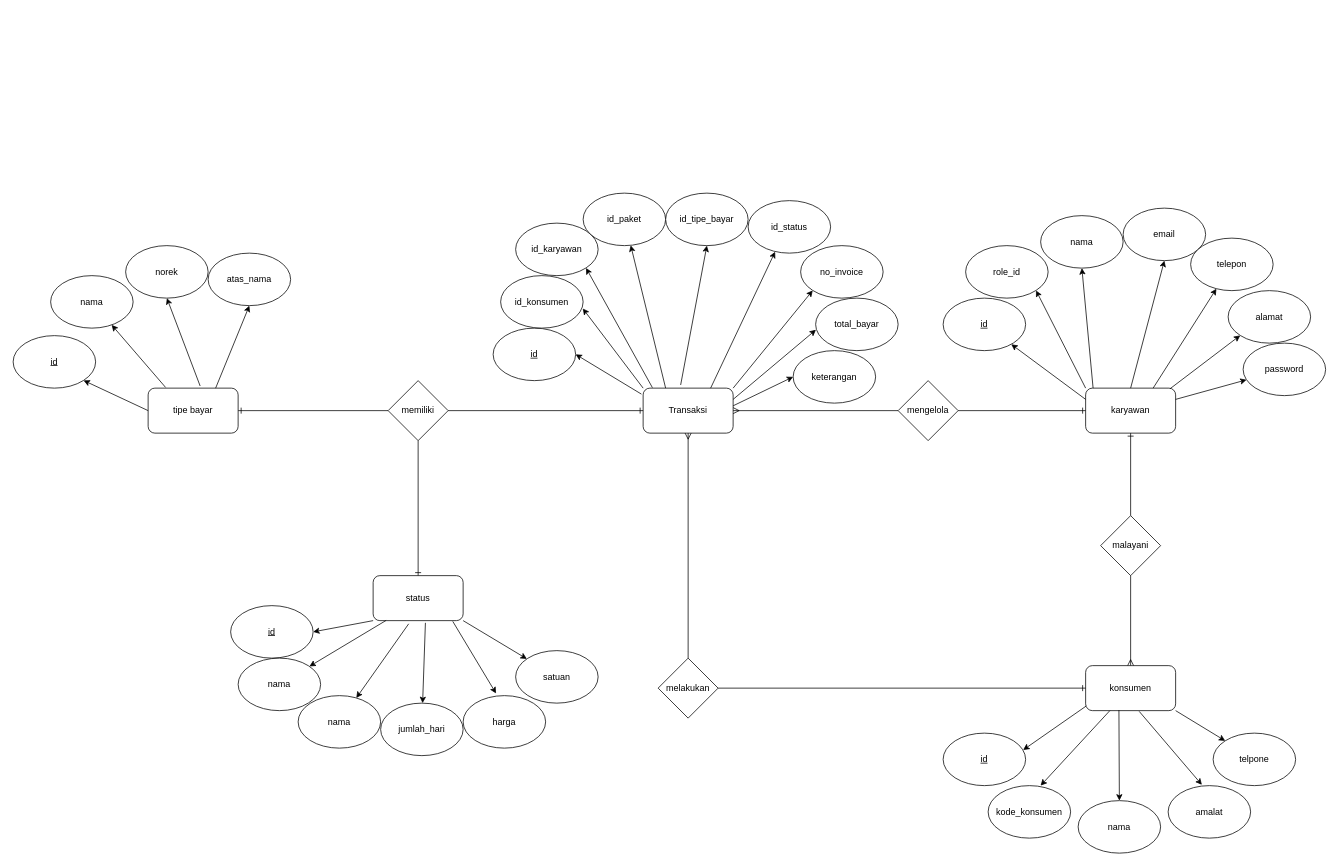
Before: ERD.drawio in Sehazad/doc, a draw.io diagram. Source tidied: cells renumbered, new cells numbered last; positions are measured from the earlier drawing's top-left corner, leaving out a move shared by most shapes. Both pictures are drawn from the tidied source at 75%, with x=0, y=0 at pixel (13, 193).
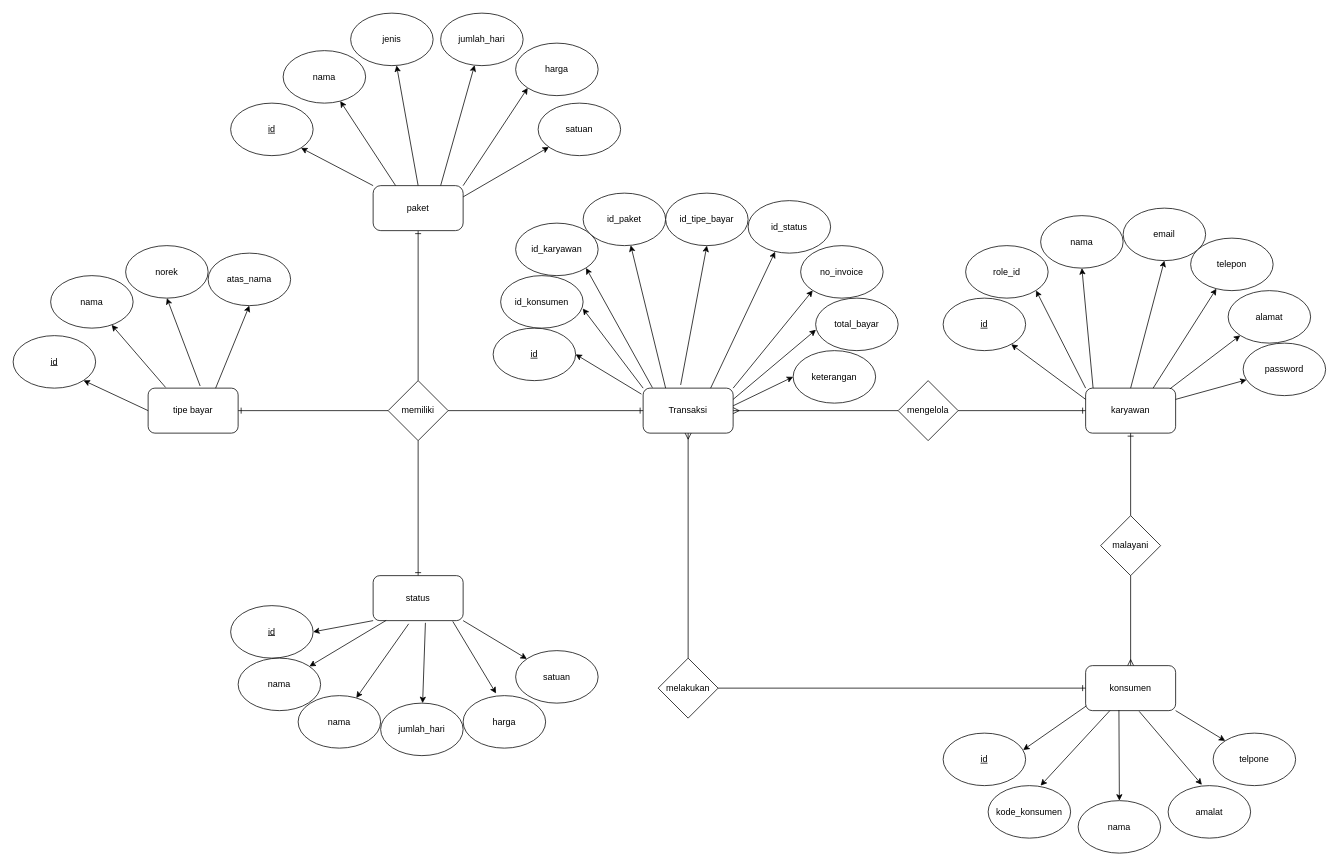
The same page after the edit.

The change refers to these unchanged cells:
```xml
<mxCell id="47" value="memiliki" style="rhombus;whiteSpace=wrap;html=1;" parent="1" vertex="1">
  <mxGeometry x="500" y="250" width="80" height="80" as="geometry" />
</mxCell>
```

The edit, as a diff of the source:
```diff
@@
+    <mxCell id="82" style="edgeStyle=orthogonalEdgeStyle;rounded=0;jettySize=auto;html=1;exitX=0.5;exitY=0;exitDx=0;exitDy=0;entryX=0.5;entryY=1;entryDx=0;entryDy=0;endArrow=ERone;endFill=0;" parent="1" edge="1" source="47" target="89">
+      <mxGeometry relative="1" as="geometry" />
+    </mxCell>
@@
+    <mxCell id="83" style="rounded=0;jettySize=auto;html=1;exitX=0;exitY=0;exitDx=0;exitDy=0;entryX=1;entryY=1;entryDx=0;entryDy=0;" parent="1" edge="1" source="89" target="90">
+      <mxGeometry relative="1" as="geometry" />
+    </mxCell>
+    <mxCell id="84" style="rounded=0;jettySize=auto;html=1;exitX=0.25;exitY=0;exitDx=0;exitDy=0;" parent="1" edge="1" source="89" target="91">
+      <mxGeometry relative="1" as="geometry" />
+    </mxCell>
+    <mxCell id="85" style="rounded=0;jettySize=auto;html=1;exitX=0.5;exitY=0;exitDx=0;exitDy=0;" parent="1" edge="1" source="89" target="92">
+      <mxGeometry relative="1" as="geometry" />
+    </mxCell>
+    <mxCell id="86" style="rounded=0;jettySize=auto;html=1;exitX=0.75;exitY=0;exitDx=0;exitDy=0;" parent="1" edge="1" source="89" target="93">
+      <mxGeometry relative="1" as="geometry" />
+    </mxCell>
+    <mxCell id="87" style="rounded=0;jettySize=auto;html=1;exitX=1;exitY=0;exitDx=0;exitDy=0;entryX=0;entryY=1;entryDx=0;entryDy=0;" parent="1" edge="1" source="89" target="94">
+      <mxGeometry relative="1" as="geometry" />
+    </mxCell>
+    <mxCell id="88" style="rounded=0;jettySize=auto;html=1;exitX=1;exitY=0.25;exitDx=0;exitDy=0;" parent="1" edge="1" source="89" target="95">
+      <mxGeometry relative="1" as="geometry" />
+    </mxCell>
+    <mxCell id="89" value="paket" style="rounded=1;whiteSpace=wrap;html=1;arcSize=17;" parent="1" vertex="1">
+      <mxGeometry x="480" y="-10" width="120" height="60" as="geometry" />
+    </mxCell>
+    <mxCell id="90" value="&lt;u&gt;id&lt;/u&gt;" style="ellipse;whiteSpace=wrap;html=1;" parent="1" vertex="1">
+      <mxGeometry x="290" y="-120" width="110" height="70" as="geometry" />
+    </mxCell>
+    <mxCell id="91" value="nama" style="ellipse;whiteSpace=wrap;html=1;" parent="1" vertex="1">
+      <mxGeometry x="360" y="-190" width="110" height="70" as="geometry" />
+    </mxCell>
+    <mxCell id="92" value="jenis" style="ellipse;whiteSpace=wrap;html=1;" parent="1" vertex="1">
+      <mxGeometry x="450" y="-240" width="110" height="70" as="geometry" />
+    </mxCell>
+    <mxCell id="93" value="jumlah_hari" style="ellipse;whiteSpace=wrap;html=1;" parent="1" vertex="1">
+      <mxGeometry x="570" y="-240" width="110" height="70" as="geometry" />
+    </mxCell>
+    <mxCell id="94" value="harga" style="ellipse;whiteSpace=wrap;html=1;" parent="1" vertex="1">
+      <mxGeometry x="670" y="-200" width="110" height="70" as="geometry" />
+    </mxCell>
+    <mxCell id="95" value="satuan" style="ellipse;whiteSpace=wrap;html=1;" parent="1" vertex="1">
+      <mxGeometry x="700" y="-120" width="110" height="70" as="geometry" />
+    </mxCell>
```
